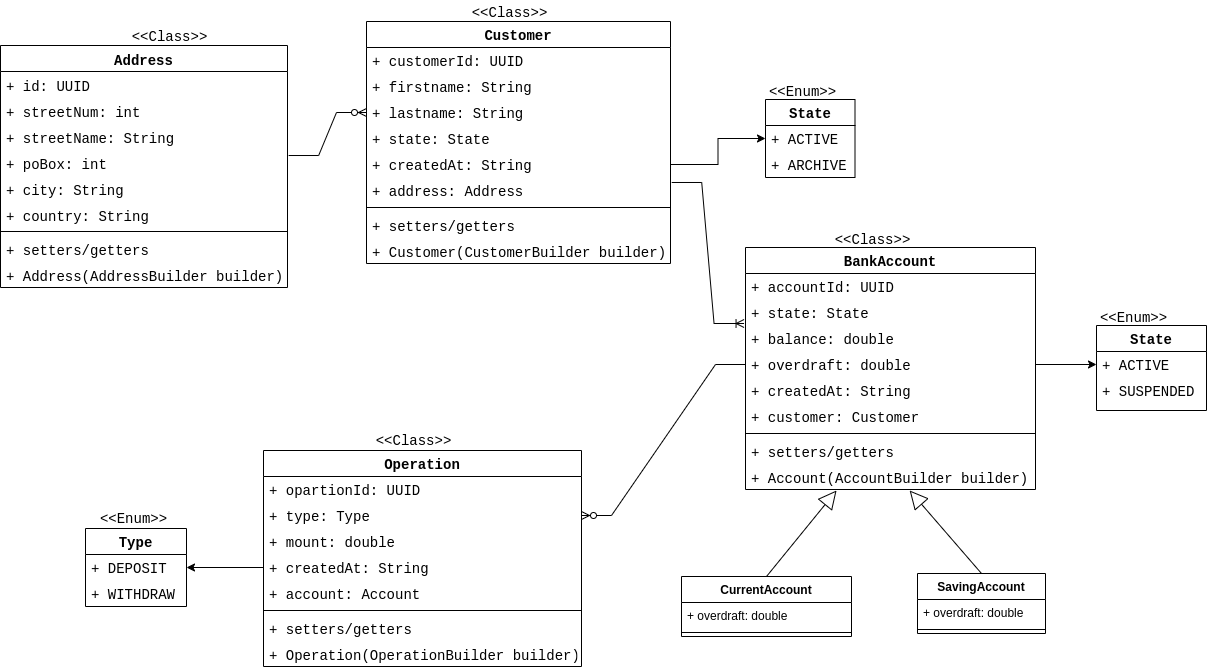
Above: assets/exalt-bank-account-conception.png in placidenduwayo1/exalt-kata-fullstak-bank-account-application (draw.io), before the change. Source tidied: cells renumbered, new cells last; positions are measured from the earlier drawing's top-left corner, leaving out a move shared by most shapes.
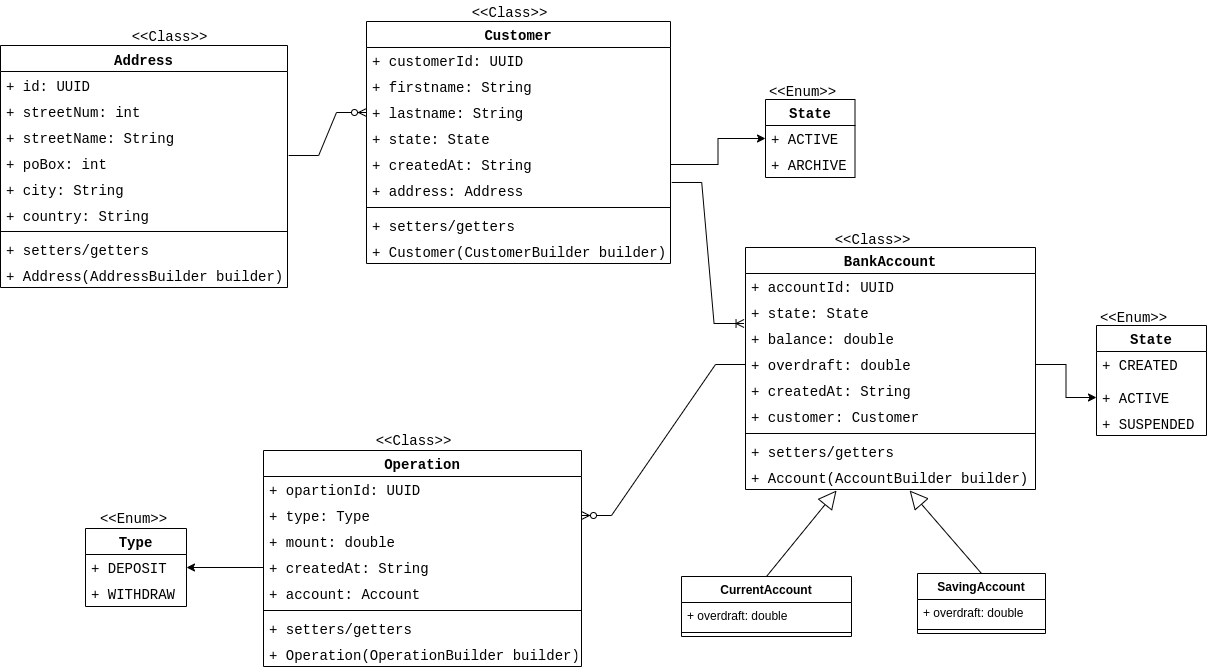
Later version of the same file.

Change to the diagram source:
```diff
@@ -195,18 +195,21 @@
       <mxGeometry relative="1" as="geometry" />
     </mxCell>
     <mxCell id="66" value="State" style="swimlane;fontStyle=1;align=center;verticalAlign=top;horizontal=1;startSize=26;whiteSpace=wrap;html=1;fontSize=14;fontFamily=Courier New;" parent="1" vertex="1">
-      <mxGeometry x="1096" y="325" width="110" height="85" as="geometry" />
+      <mxGeometry x="1096" y="325" width="110" height="110" as="geometry" />
     </mxCell>
+    <mxCell id="68" value="+ CREATED" style="text;strokeColor=none;fillColor=none;align=left;verticalAlign=top;spacingLeft=4;spacingRight=4;overflow=hidden;whiteSpace=wrap;html=1;fontSize=14;fontFamily=Courier New;" parent="66" vertex="1">
+      <mxGeometry y="26" width="110" height="33" as="geometry" />
+    </mxCell>
     <mxCell id="67" value="+ ACTIVE" style="text;strokeColor=none;fillColor=none;align=left;verticalAlign=top;spacingLeft=4;spacingRight=4;overflow=hidden;points=[[0,0.5],[1,0.5]];portConstraint=eastwest;whiteSpace=wrap;html=1;fontSize=14;fontFamily=Courier New;" parent="66" vertex="1">
-      <mxGeometry y="26" width="110" height="26" as="geometry" />
+      <mxGeometry y="59" width="110" height="26" as="geometry" />
     </mxCell>
-    <mxCell id="68" value="+ SUSPENDED" style="text;strokeColor=none;fillColor=none;align=left;verticalAlign=top;spacingLeft=4;spacingRight=4;overflow=hidden;whiteSpace=wrap;html=1;fontSize=14;fontFamily=Courier New;" parent="66" vertex="1">
-      <mxGeometry y="52" width="110" height="33" as="geometry" />
-    </mxCell>
+    <mxCell id="71" value="+ SUSPENDED" style="text;strokeColor=none;fillColor=none;align=left;verticalAlign=top;spacingLeft=4;spacingRight=4;overflow=hidden;whiteSpace=wrap;html=1;fontSize=14;fontFamily=Courier New;" parent="66" vertex="1">
+      <mxGeometry y="85" width="110" height="25" as="geometry" />
+    </mxCell>
     <mxCell id="69" value="&amp;lt;&amp;lt;Enum&amp;gt;&amp;gt;" style="text;align=center;fontStyle=0;verticalAlign=middle;spacingLeft=3;spacingRight=3;strokeColor=none;html=1;fontSize=14;fontFamily=Courier New;" parent="1" vertex="1">
       <mxGeometry x="1093" y="306" width="80" height="23" as="geometry" />
     </mxCell>
-    <mxCell id="70" style="edgeStyle=orthogonalEdgeStyle;rounded=0;jettySize=auto;html=1;exitX=1;exitY=0.5;exitDx=0;exitDy=0;entryX=0;entryY=0.5;entryDx=0;entryDy=0;" parent="1" edge="1" source="28" target="67">
+    <mxCell id="70" style="edgeStyle=orthogonalEdgeStyle;rounded=0;jettySize=auto;html=1;exitX=1;exitY=0.5;exitDx=0;exitDy=0;" parent="1" edge="1" source="28" target="67">
       <mxGeometry relative="1" as="geometry" />
     </mxCell>
   </root>
```
